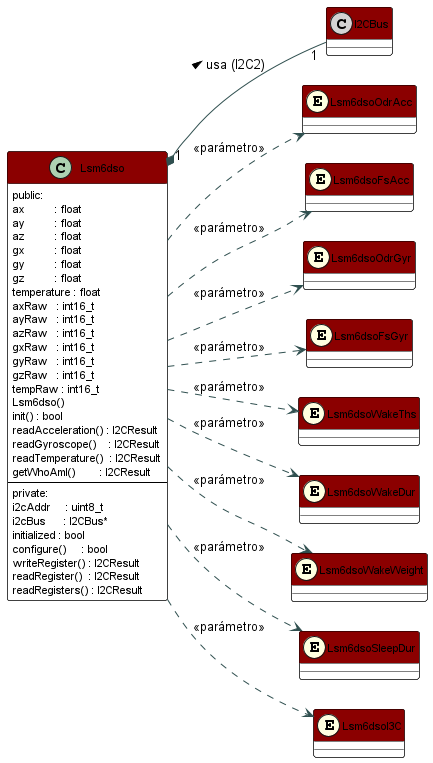
This is docs/06 UMLs/lsm6dso_class.png from AgustinPessina00/TPP-IntelliFence, a PlantUML export, as it was before one commit.
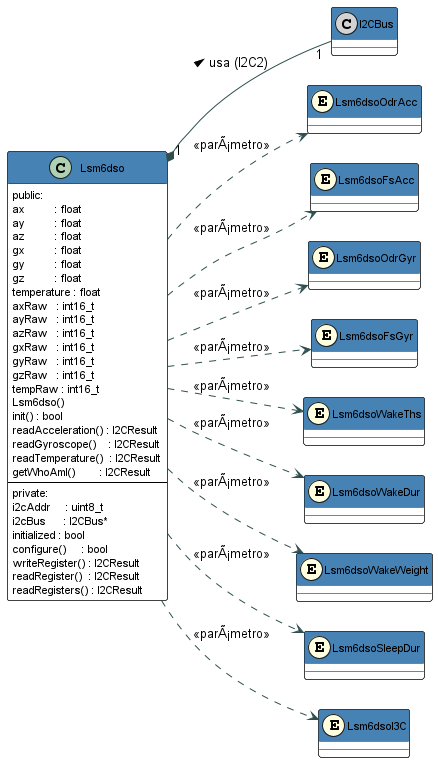
The same file after the commit.

Change to the diagram source:
```diff
@@ -4,7 +4,7 @@
 skinparam class {
     BackgroundColor White
     BorderColor Black
-    HeaderBackgroundColor DarkRed
+    HeaderBackgroundColor SteelBlue
     HeaderFontColor White
     FontSize 12
     AttributeFontSize 11
@@ -87,14 +87,14 @@
 }
 
 Lsm6dso "1" *-- "1"  I2CBus         : usa (I2C2) >
-Lsm6dso ..>  Lsm6dsoOdrAcc     : <<parámetro>>
-Lsm6dso ..>  Lsm6dsoFsAcc      : <<parámetro>>
-Lsm6dso ..>  Lsm6dsoOdrGyr     : <<parámetro>>
-Lsm6dso ..>  Lsm6dsoFsGyr      : <<parámetro>>
-Lsm6dso ..>  Lsm6dsoWakeThs    : <<parámetro>>
-Lsm6dso ..>  Lsm6dsoWakeDur    : <<parámetro>>
-Lsm6dso ..>  Lsm6dsoWakeWeight : <<parámetro>>
-Lsm6dso ..>  Lsm6dsoSleepDur   : <<parámetro>>
-Lsm6dso ..>  Lsm6dsoI3C        : <<parámetro>>
+Lsm6dso ..>  Lsm6dsoOdrAcc     : <<parÃ¡metro>>
+Lsm6dso ..>  Lsm6dsoFsAcc      : <<parÃ¡metro>>
+Lsm6dso ..>  Lsm6dsoOdrGyr     : <<parÃ¡metro>>
+Lsm6dso ..>  Lsm6dsoFsGyr      : <<parÃ¡metro>>
+Lsm6dso ..>  Lsm6dsoWakeThs    : <<parÃ¡metro>>
+Lsm6dso ..>  Lsm6dsoWakeDur    : <<parÃ¡metro>>
+Lsm6dso ..>  Lsm6dsoWakeWeight : <<parÃ¡metro>>
+Lsm6dso ..>  Lsm6dsoSleepDur   : <<parÃ¡metro>>
+Lsm6dso ..>  Lsm6dsoI3C        : <<parÃ¡metro>>
 
 @enduml
```
